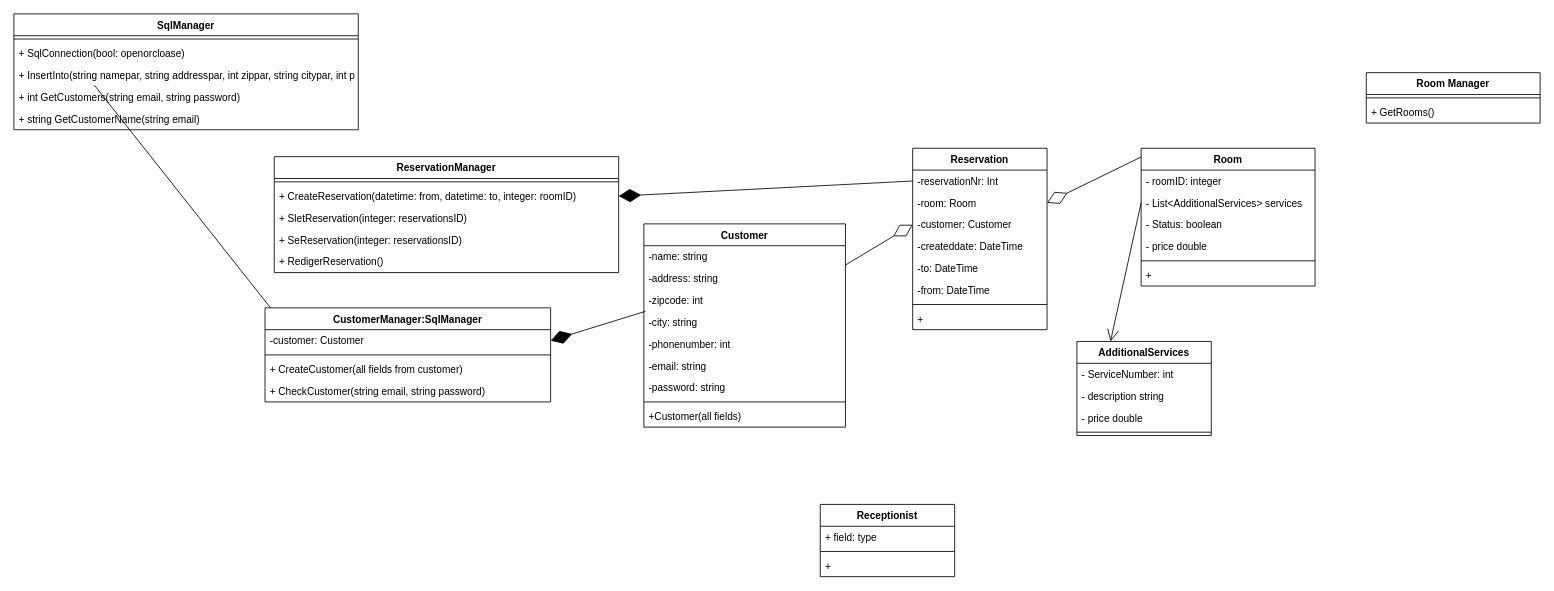
NansyT/CountryLiving keeps this draw.io diagram as Dokumentation/KlasseDiagram.drawio. Above is the earlier version. Source tidied: cells renumbered, new cells numbered last; positions are measured from the earlier drawing's top-left corner, leaving out a move shared by most shapes. Both pictures are drawn from the tidied source at 84%, with x=0, y=0 at pixel (13, 13).
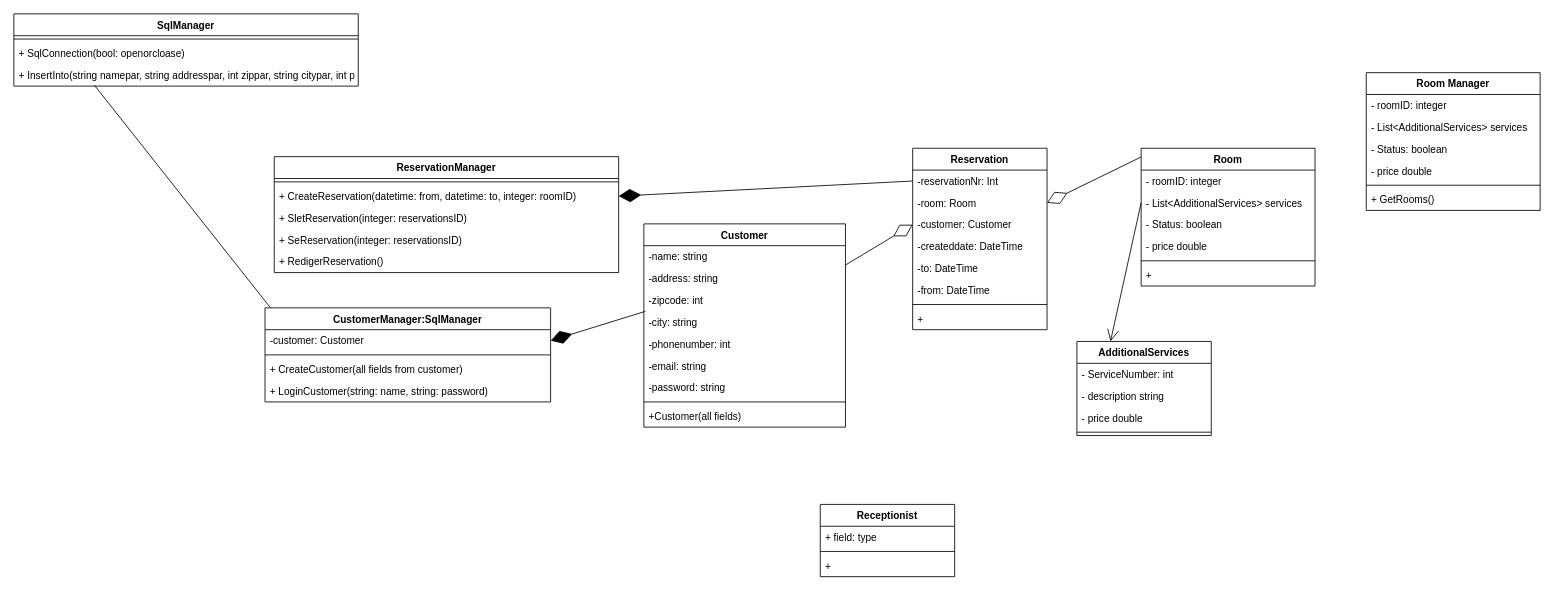
The same page after the edit.

Unchanged cells that the change refers to:
```xml
<mxCell id="55" value="CustomerManager:SqlManager" style="swimlane;fontStyle=1;align=center;verticalAlign=top;horizontal=1;startSize=26;" parent="1" vertex="1">
  <mxGeometry x="299" y="350" width="340" height="112" as="geometry" />
</mxCell>
```

Change to the diagram source:
```diff
@@
     <mxCell id="48" value="SqlManager" style="swimlane;fontStyle=1;align=center;verticalAlign=top;horizontal=1;startSize=26;" parent="1" vertex="1">
-      <mxGeometry width="410" height="138" as="geometry" />
+      <mxGeometry width="410" height="86" as="geometry" />
     </mxCell>
@@
-    <mxCell id="52" value="+ int GetCustomers(string email, string password)" style="text;strokeColor=none;fillColor=none;align=left;verticalAlign=top;spacingLeft=4;spacingRight=4;overflow=hidden;fontStyle=0;" parent="48" vertex="1">
-      <mxGeometry y="86" width="410" height="26" as="geometry" />
-    </mxCell>
-    <mxCell id="53" value="+ string GetCustomerName(string email)" style="text;strokeColor=none;fillColor=none;align=left;verticalAlign=top;spacingLeft=4;spacingRight=4;overflow=hidden;fontStyle=0;" parent="48" vertex="1">
-      <mxGeometry y="112" width="410" height="26" as="geometry" />
-    </mxCell>
@@
-    <mxCell id="59" value="+ CheckCustomer(string email, string password)" style="text;strokeColor=none;fillColor=none;align=left;verticalAlign=top;spacingLeft=4;spacingRight=4;overflow=hidden;" parent="55" vertex="1">
+    <mxCell id="59" value="+ LoginCustomer(string: name, string: password)" style="text;strokeColor=none;fillColor=none;align=left;verticalAlign=top;spacingLeft=4;spacingRight=4;overflow=hidden;" parent="55" vertex="1">
       <mxGeometry y="86" width="340" height="26" as="geometry" />
     </mxCell>
     <mxCell id="60" value="Room Manager" style="swimlane;fontStyle=1;align=center;verticalAlign=top;horizontal=1;startSize=26;" parent="1" vertex="1">
-      <mxGeometry x="1610" y="70" width="207" height="60" as="geometry" />
+      <mxGeometry x="1610" y="70" width="207" height="164" as="geometry" />
     </mxCell>
+    <mxCell id="63" value="- roomID: integer" style="text;strokeColor=none;fillColor=none;align=left;verticalAlign=top;spacingLeft=4;spacingRight=4;overflow=hidden;" parent="60" vertex="1">
+      <mxGeometry y="26" width="207" height="26" as="geometry" />
+    </mxCell>
+    <mxCell id="64" value="- List&lt;AdditionalServices&gt; services" style="text;strokeColor=none;fillColor=none;align=left;verticalAlign=top;spacingLeft=4;spacingRight=4;overflow=hidden;fontStyle=0;" parent="60" vertex="1">
+      <mxGeometry y="52" width="207" height="26" as="geometry" />
+    </mxCell>
+    <mxCell id="65" value="- Status: boolean" style="text;strokeColor=none;fillColor=none;align=left;verticalAlign=top;spacingLeft=4;spacingRight=4;overflow=hidden;" parent="60" vertex="1">
+      <mxGeometry y="78" width="207" height="26" as="geometry" />
+    </mxCell>
+    <mxCell id="66" value="- price double" style="text;strokeColor=none;fillColor=none;align=left;verticalAlign=top;spacingLeft=4;spacingRight=4;overflow=hidden;" parent="60" vertex="1">
+      <mxGeometry y="104" width="207" height="26" as="geometry" />
+    </mxCell>
     <mxCell id="61" style="line;strokeWidth=1;fillColor=none;align=left;verticalAlign=middle;spacingTop=-1;spacingLeft=3;spacingRight=3;labelPosition=right;" parent="60" vertex="1">
-      <mxGeometry y="26" width="207" height="8" as="geometry" />
+      <mxGeometry y="130" width="207" height="8" as="geometry" />
     </mxCell>
     <mxCell id="62" value="+ GetRooms()" style="text;strokeColor=none;fillColor=none;align=left;verticalAlign=top;spacingLeft=4;spacingRight=4;overflow=hidden;" parent="60" vertex="1">
-      <mxGeometry y="34" width="207" height="26" as="geometry" />
+      <mxGeometry y="138" width="207" height="26" as="geometry" />
     </mxCell>
```
